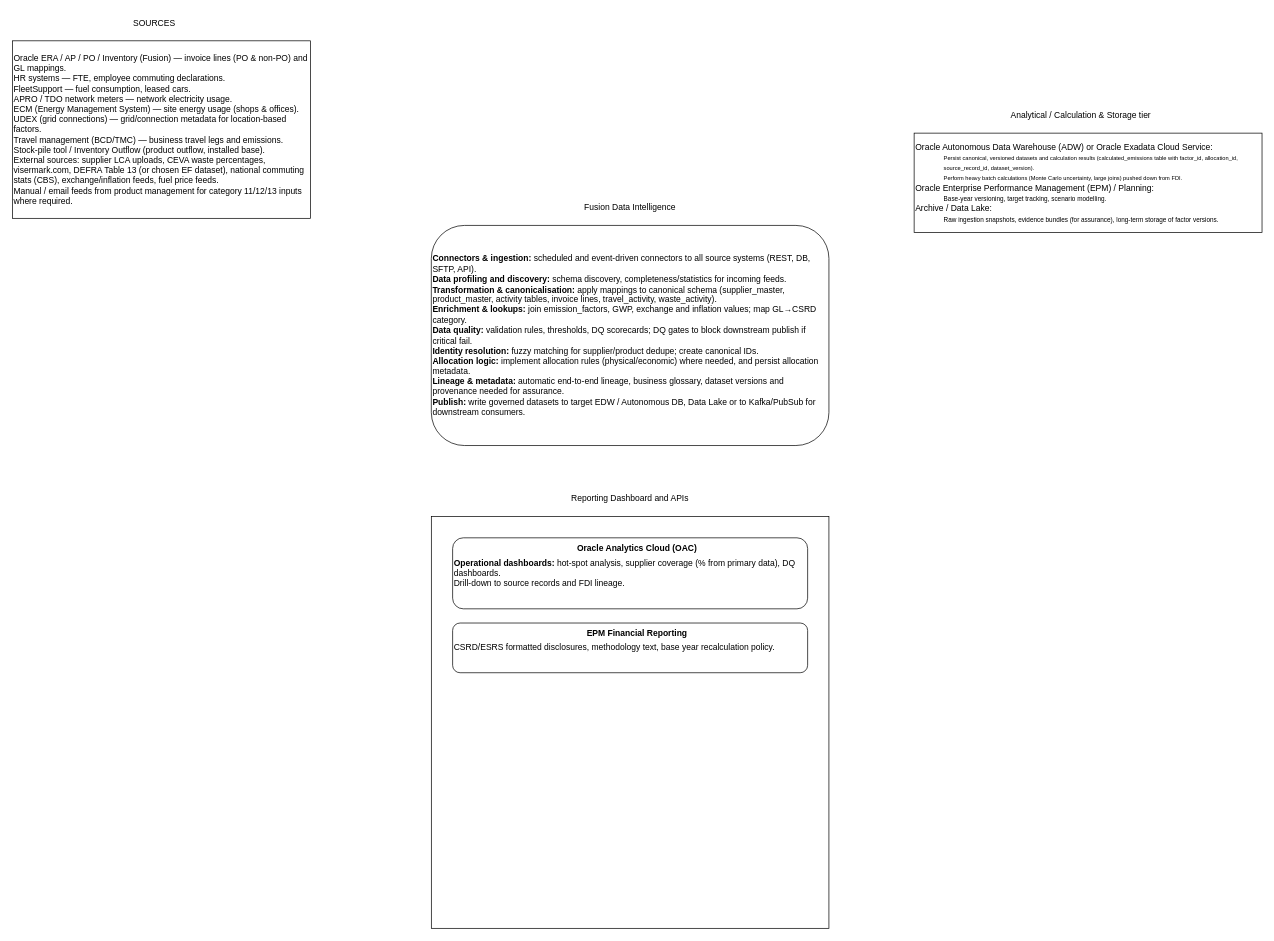
Before: page "overall" (1 of 2) of KPN-ESG.drawio in biswarup81/drawings, a draw.io diagram. Source tidied: cells renumbered, new cells numbered last; positions are measured from the earlier drawing's top-left corner, leaving out a move shared by most shapes. Both pictures are drawn from the tidied source at 71%, with x=0, y=0 at pixel (12, 12).
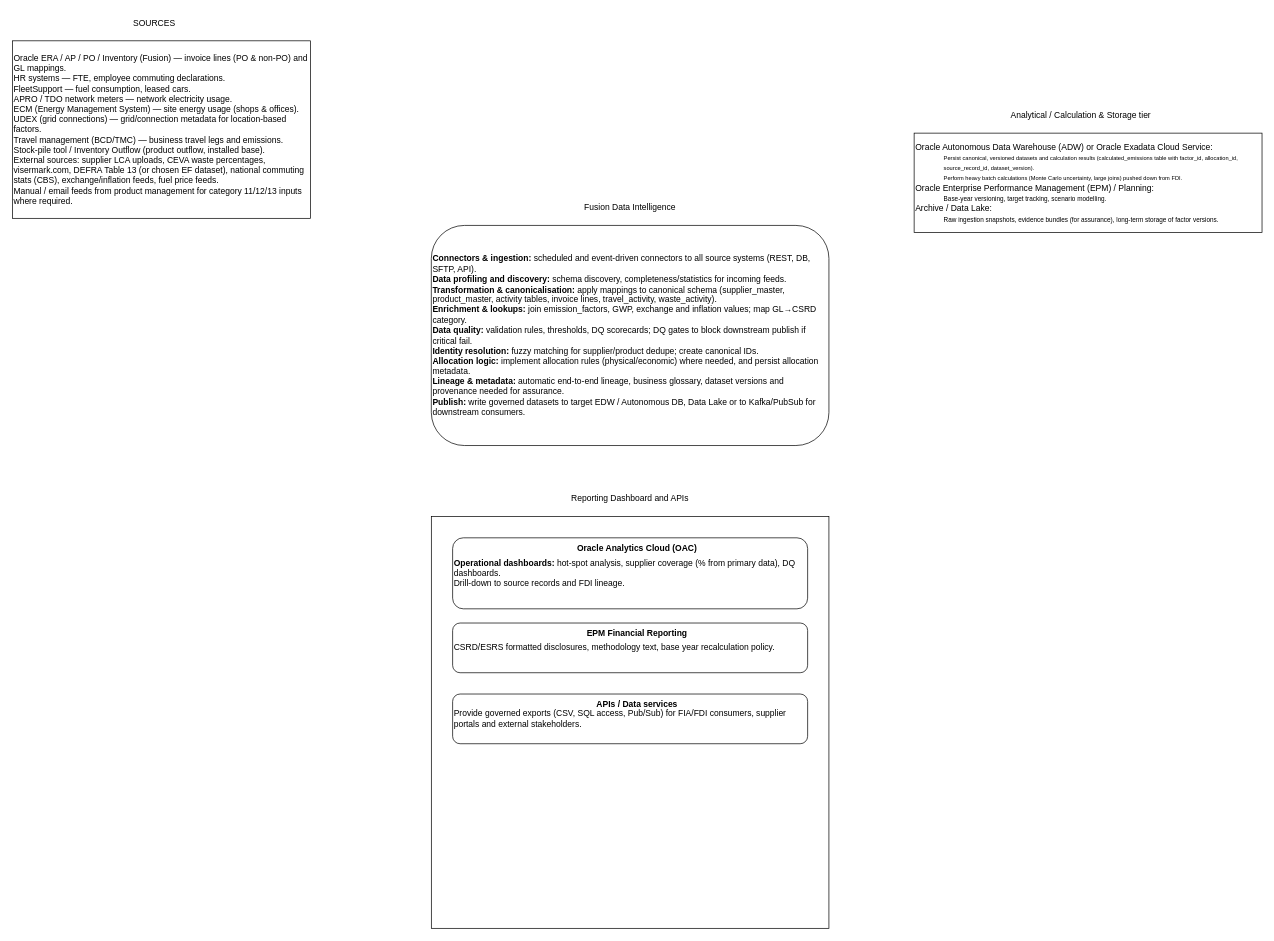
The same page after the edit.

The edit, as a diff of the source:
```diff
@@
 <mxGraphModel>
   <root>
     <mxCell id="0" />
     <mxCell id="1" parent="0" />
     <mxCell id="2" value="Oracle ERA / AP / PO / Inventory (Fusion) — invoice lines (PO &amp;amp; non‑PO) and GL mappings.&lt;br&gt;HR systems — FTE, employee commuting declarations.&lt;br&gt;FleetSupport — fuel consumption, leased cars.&lt;br&gt;APRO / TDO network meters — network electricity usage.&lt;br&gt;ECM (Energy Management System) — site energy usage (shops &amp;amp; offices).&lt;br&gt;UDEX (grid connections) — grid/connection metadata for location‑based factors.&lt;br&gt;Travel management (BCD/TMC) — business travel legs and emissions.&lt;br&gt;Stock‑pile tool / Inventory Outflow (product outflow, installed base).&lt;br&gt;External sources: supplier LCA uploads, CEVA waste percentages, visermark.com, DEFRA Table 13 (or chosen EF dataset), national commuting stats (CBS), exchange/inflation feeds, fuel price feeds.&lt;br&gt;Manual / email feeds from product management for category 11/12/13 inputs where required." style="rounded=0;align=left;html=1;whiteSpace=wrap;" parent="1" vertex="1">
       <mxGeometry y="40" width="420" height="250" as="geometry" />
     </mxCell>
     <mxCell id="3" value="SOURCES" style="text;html=1;align=center;verticalAlign=middle;whiteSpace=wrap;rounded=0;" parent="1" vertex="1">
       <mxGeometry x="170" width="60" height="30" as="geometry" />
     </mxCell>
     <mxCell id="4" value="&lt;b&gt;Connectors &amp;amp; ingestion: &lt;/b&gt;scheduled and event‑driven connectors to all source systems (REST, DB, SFTP, API).&lt;br&gt;&lt;b&gt;Data profiling and discovery:&lt;/b&gt; schema discovery, completeness/statistics for incoming feeds.&lt;br&gt;&lt;b&gt;Transformation &amp;amp; canonicalisation: &lt;/b&gt;apply mappings to canonical schema (supplier_master, product_master, activity tables, invoice lines, travel_activity, waste_activity).&lt;br&gt;&lt;b&gt;Enrichment &amp;amp; lookups:&lt;/b&gt; join emission_factors, GWP, exchange and inflation values; map GL→CSRD category.&lt;br&gt;&lt;b&gt;Data quality: &lt;/b&gt;validation rules, thresholds, DQ scorecards; DQ gates to block downstream publish if critical fail.&lt;br&gt;&lt;b&gt;Identity resolution:&lt;/b&gt; fuzzy matching for supplier/product dedupe; create canonical IDs.&lt;br&gt;&lt;b&gt;Allocation logic:&lt;/b&gt; implement allocation rules (physical/economic) where needed, and persist allocation metadata.&lt;br&gt;&lt;b&gt;Lineage &amp;amp; metadata: &lt;/b&gt;automatic end‑to‑end lineage, business glossary, dataset versions and provenance needed for assurance.&lt;br&gt;&lt;b&gt;Publish: &lt;/b&gt;write governed datasets to target EDW / Autonomous DB, Data Lake or to Kafka/PubSub for downstream consumers." style="rounded=1;align=left;fontColor=default;html=1;whiteSpace=wrap;" parent="1" vertex="1">
       <mxGeometry x="590" y="300" width="560" height="310" as="geometry" />
     </mxCell>
     <mxCell id="5" value="Fusion Data Intelligence" style="text;html=1;align=center;verticalAlign=middle;whiteSpace=wrap;rounded=0;" parent="1" vertex="1">
       <mxGeometry x="755" y="260" width="230" height="30" as="geometry" />
     </mxCell>
     <mxCell id="6" value="&lt;div&gt;Oracle Autonomous Data Warehouse (ADW) or Oracle Exadata Cloud Service:&lt;/div&gt;&lt;blockquote style=&quot;margin: 0 0 0 40px; border: none; padding: 0px;&quot;&gt;&lt;div&gt;&lt;font style=&quot;font-size: 8px;&quot;&gt;Persist canonical, versioned datasets and calculation results (calculated_emissions table with factor_id, allocation_id, source_record_id, dataset_version).&lt;/font&gt;&lt;/div&gt;&lt;div&gt;&lt;font style=&quot;font-size: 8px;&quot;&gt;Perform heavy batch calculations (Monte Carlo uncertainty, large joins) pushed down from FDI.&lt;/font&gt;&lt;/div&gt;&lt;/blockquote&gt;&lt;div&gt;Oracle Enterprise Performance Management (EPM) / Planning:&lt;/div&gt;&lt;blockquote style=&quot;margin: 0 0 0 40px; border: none; padding: 0px;&quot;&gt;&lt;div&gt;&lt;font style=&quot;font-size: 9px;&quot;&gt;Base‑year versioning, target tracking, scenario modelling.&lt;/font&gt;&lt;/div&gt;&lt;/blockquote&gt;&lt;div&gt;Archive / Data Lake:&lt;/div&gt;&lt;blockquote style=&quot;margin: 0 0 0 40px; border: none; padding: 0px;&quot;&gt;&lt;div style=&quot;&quot;&gt;&lt;font style=&quot;font-size: 9px;&quot;&gt;Raw ingestion snapshots, evidence bundles (for assurance), long‑term storage of factor versions.&lt;/font&gt;&lt;/div&gt;&lt;/blockquote&gt;" style="rounded=0;whiteSpace=wrap;html=1;align=left;" parent="1" vertex="1">
       <mxGeometry x="1270" y="170" width="490" height="140" as="geometry" />
     </mxCell>
     <mxCell id="7" value="Analytical / Calculation &amp;amp; Storage tier" style="text;html=1;align=center;verticalAlign=middle;whiteSpace=wrap;rounded=0;" parent="1" vertex="1">
       <mxGeometry x="1350" y="130" width="310" height="30" as="geometry" />
     </mxCell>
     <mxCell id="8" style="rounded=0;whiteSpace=wrap;html=1;" parent="1" vertex="1">
       <mxGeometry x="590" y="710" width="560" height="580" as="geometry" />
     </mxCell>
     <mxCell id="9" value="Reporting Dashboard and APIs" style="text;html=1;align=center;verticalAlign=middle;whiteSpace=wrap;rounded=0;" parent="1" vertex="1">
       <mxGeometry x="740" y="670" width="260" height="30" as="geometry" />
     </mxCell>
     <mxCell id="10" value="&lt;div&gt;&lt;b&gt;Operational dashboards: &lt;/b&gt;hot‑spot analysis, supplier coverage (% from primary data), DQ dashboards.&lt;/div&gt;&lt;div&gt;Drill‑down to source records and FDI lineage.&lt;/div&gt;" style="rounded=1;whiteSpace=wrap;html=1;align=left;" parent="1" vertex="1">
       <mxGeometry x="620" y="740" width="500" height="100" as="geometry" />
     </mxCell>
     <mxCell id="11" value="Oracle Analytics Cloud (OAC)" style="text;html=1;align=center;verticalAlign=middle;whiteSpace=wrap;rounded=0;fontStyle=1;" parent="1" vertex="1">
       <mxGeometry x="750" y="740" width="260" height="30" as="geometry" />
     </mxCell>
     <mxCell id="12" value="CSRD/ESRS formatted disclosures, methodology text, base year recalculation policy." style="rounded=1;whiteSpace=wrap;html=1;align=left;" parent="1" vertex="1">
       <mxGeometry x="620" y="860" width="500" height="70" as="geometry" />
     </mxCell>
     <mxCell id="13" value="EPM Financial Reporting" style="text;html=1;align=center;verticalAlign=middle;whiteSpace=wrap;rounded=0;fontStyle=1;" parent="1" vertex="1">
       <mxGeometry x="750" y="860" width="260" height="30" as="geometry" />
     </mxCell>
+    <mxCell id="14" value="Provide governed exports (CSV, SQL access, Pub/Sub) for FIA/FDI consumers, supplier portals and external stakeholders." style="rounded=1;whiteSpace=wrap;html=1;align=left;" parent="1" vertex="1">
+      <mxGeometry x="620" y="960" width="500" height="70" as="geometry" />
+    </mxCell>
+    <mxCell id="15" value="APIs / Data services" style="text;html=1;align=center;verticalAlign=middle;whiteSpace=wrap;rounded=0;fontStyle=1;" parent="1" vertex="1">
+      <mxGeometry x="750" y="960" width="260" height="30" as="geometry" />
+    </mxCell>
   </root>
 </mxGraphModel>
```
